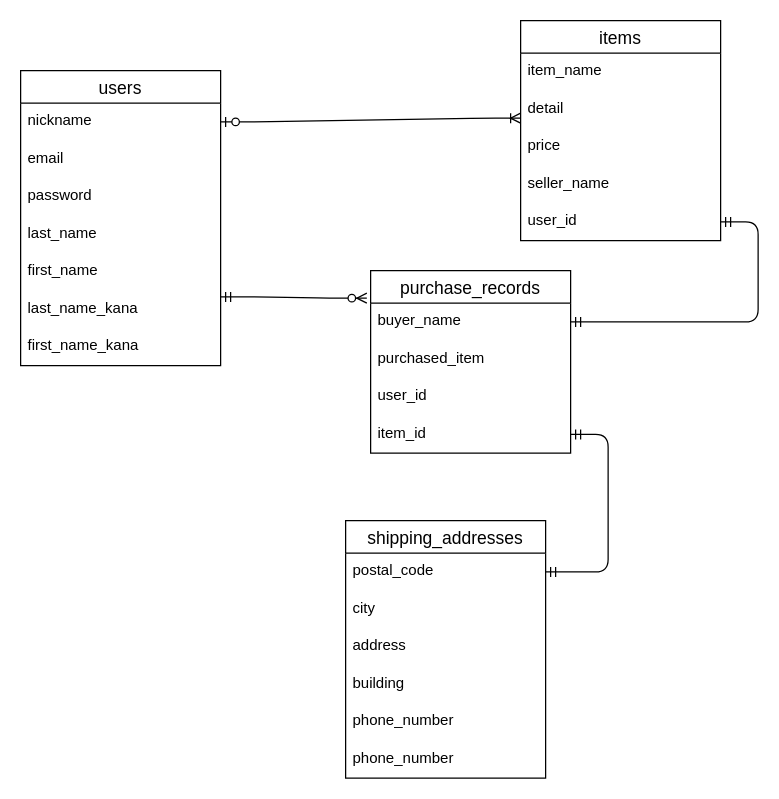
Earlier version of the draw.io diagram furima37120.dio (ken-forest/furima-37120). Source tidied: cells renumbered, new cells numbered last; positions are measured from the earlier drawing's top-left corner, leaving out a move shared by most shapes. Both pictures are drawn from the tidied source at 125%, with x=0, y=0 at pixel (20, 20).
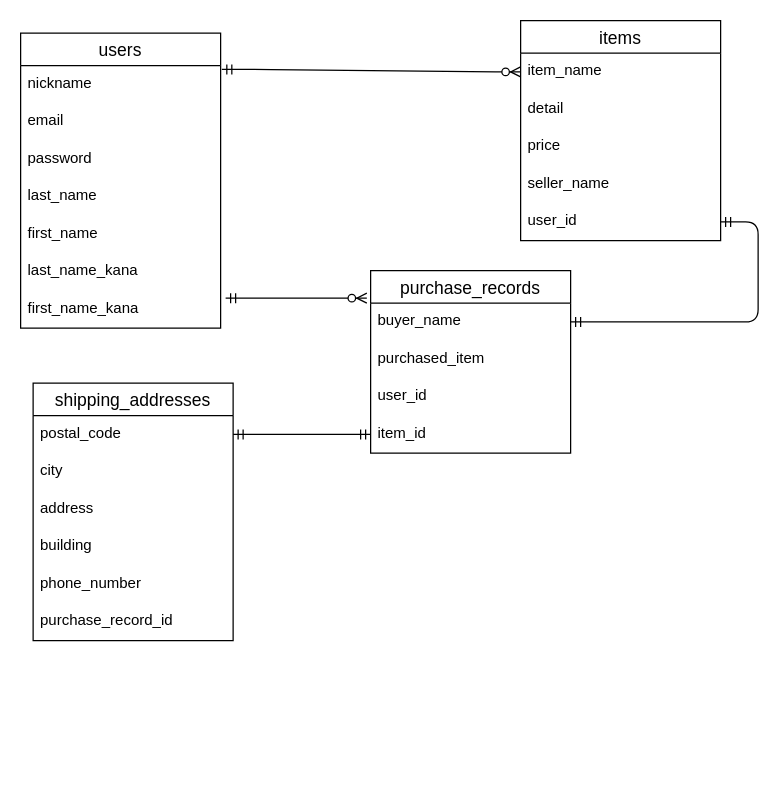
After the change.

Commit message (it also covers changes not shown here):
README.mdファイルにテーブル・アソシエーションを追加

The change refers to these unchanged cells:
```xml
<mxCell id="3" value="nickname" style="text;strokeColor=none;fillColor=none;spacingLeft=4;spacingRight=4;overflow=hidden;points=[[0,0.5],[1,0.5]];portConstraint=eastwest;fontSize=12;" parent="2" vertex="1">
  <mxGeometry y="26" width="160" height="30" as="geometry" />
</mxCell>
<mxCell id="8" value="last_name_kana" style="text;strokeColor=none;fillColor=none;spacingLeft=4;spacingRight=4;overflow=hidden;points=[[0,0.5],[1,0.5]];portConstraint=eastwest;fontSize=12;" parent="2" vertex="1">
  <mxGeometry y="176" width="160" height="30" as="geometry" />
</mxCell>
<mxCell id="9" value="first_name_kana" style="text;strokeColor=none;fillColor=none;spacingLeft=4;spacingRight=4;overflow=hidden;points=[[0,0.5],[1,0.5]];portConstraint=eastwest;fontSize=12;" parent="2" vertex="1">
  <mxGeometry y="206" width="160" height="30" as="geometry" />
</mxCell>
<mxCell id="11" value="item_name" style="text;strokeColor=none;fillColor=none;spacingLeft=4;spacingRight=4;overflow=hidden;points=[[0,0.5],[1,0.5]];portConstraint=eastwest;fontSize=12;" parent="10" vertex="1">
  <mxGeometry y="26" width="160" height="30" as="geometry" />
</mxCell>
<mxCell id="17" value="buyer_name" style="text;strokeColor=none;fillColor=none;spacingLeft=4;spacingRight=4;overflow=hidden;points=[[0,0.5],[1,0.5]];portConstraint=eastwest;fontSize=12;" parent="16" vertex="1">
  <mxGeometry y="26" width="160" height="30" as="geometry" />
</mxCell>
```

Change to the diagram source:
```diff
@@
     <mxCell id="2" value="users" style="swimlane;fontStyle=0;horizontal=1;startSize=26;align=center;fontSize=14;" parent="1" vertex="1">
-      <mxGeometry y="40" width="160" height="236" as="geometry" />
+      <mxGeometry y="10" width="160" height="236" as="geometry" />
     </mxCell>
@@
     <mxCell id="21" value="shipping_addresses" style="swimlane;fontStyle=0;horizontal=1;startSize=26;align=center;fontSize=14;" parent="1" vertex="1">
-      <mxGeometry x="260" y="400" width="160" height="206" as="geometry" />
+      <mxGeometry x="10" y="290" width="160" height="206" as="geometry" />
     </mxCell>
@@
-    <mxCell id="27" value="phone_number" style="text;strokeColor=none;fillColor=none;spacingLeft=4;spacingRight=4;overflow=hidden;fontSize=12;" parent="21" vertex="1">
+    <mxCell id="27" value="purchase_record_id" style="text;strokeColor=none;fillColor=none;spacingLeft=4;spacingRight=4;overflow=hidden;fontSize=12;" parent="21" vertex="1">
       <mxGeometry y="176" width="160" height="30" as="geometry" />
     </mxCell>
-    <mxCell id="28" style="edgeStyle=entityRelationEdgeStyle;fontSize=12;html=1;endArrow=ERoneToMany;startArrow=ERzeroToOne;exitX=1;exitY=0.5;exitDx=0;exitDy=0;" parent="1" edge="1" source="3">
-      <mxGeometry relative="1" as="geometry">
-        <mxPoint x="400" y="78" as="targetPoint" />
-      </mxGeometry>
-    </mxCell>
-    <mxCell id="29" style="edgeStyle=entityRelationEdgeStyle;fontSize=12;html=1;endArrow=ERzeroToMany;startArrow=ERmandOne;entryX=-0.019;entryY=-0.133;entryDx=0;entryDy=0;exitX=1;exitY=0.167;exitDx=0;exitDy=0;entryPerimeter=0;exitPerimeter=0;" parent="1" edge="1" source="8" target="17">
+    <mxCell id="29" style="edgeStyle=entityRelationEdgeStyle;fontSize=12;html=1;endArrow=ERzeroToMany;startArrow=ERmandOne;entryX=-0.019;entryY=-0.133;entryDx=0;entryDy=0;exitX=1.025;exitY=0.2;exitDx=0;exitDy=0;entryPerimeter=0;exitPerimeter=0;" parent="1" edge="1" source="9" target="17">
       <mxGeometry relative="1" as="geometry" />
     </mxCell>
@@
+    <mxCell id="32" style="edgeStyle=entityRelationEdgeStyle;fontSize=12;html=1;endArrow=ERzeroToMany;startArrow=ERmandOne;entryX=0;entryY=0.5;entryDx=0;entryDy=0;exitX=1.006;exitY=0.1;exitDx=0;exitDy=0;exitPerimeter=0;" parent="1" edge="1" source="3" target="11">
+      <mxGeometry relative="1" as="geometry" />
+    </mxCell>
```
